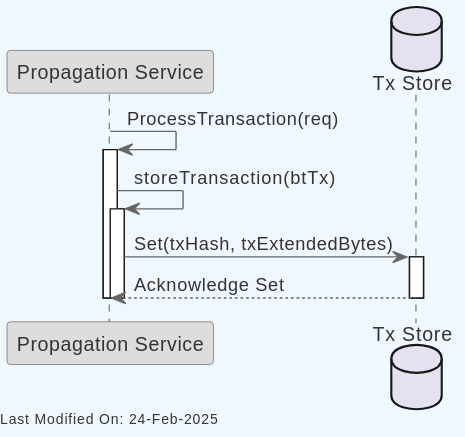
This is docs/topics/services/img/plantuml/assetserver/txStore_propagation_set.svg from freemans13/teranode, a PlantUML export, as it was before one commit. Its source is kept beside it as docs/topics/services/img/plantuml/assetserver/txStore_propagation_set.puml.
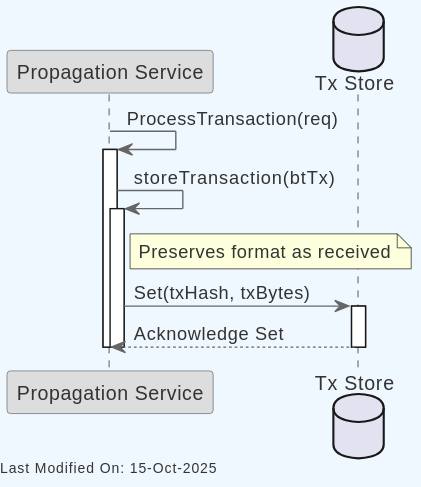
Above is the later version.

Commit message:
Document optional extended format and automatic transaction extension (#4229)

Change to the diagram source:
```diff
@@ -29,7 +29,9 @@
 Propagation -> Propagation : storeTransaction(btTx)
 activate Propagation
 
-Propagation -> TxStore : Set(txHash, txExtendedBytes)
+note right of Propagation : Preserves format as received
+
+Propagation -> TxStore : Set(txHash, txBytes)
 activate TxStore
 
 TxStore --> Propagation : Acknowledge Set
```
